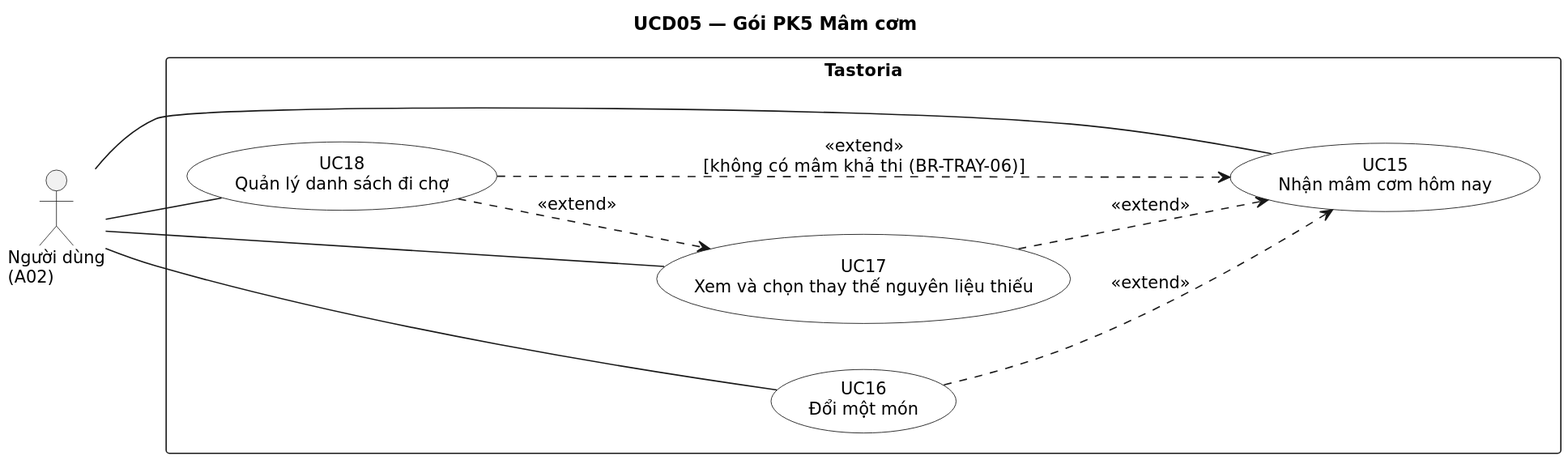
Before: docs/uml/out/usecase/UCD05-mam-com.svg, a diagram exported from PlantUML (NamBuw/Tastoria).
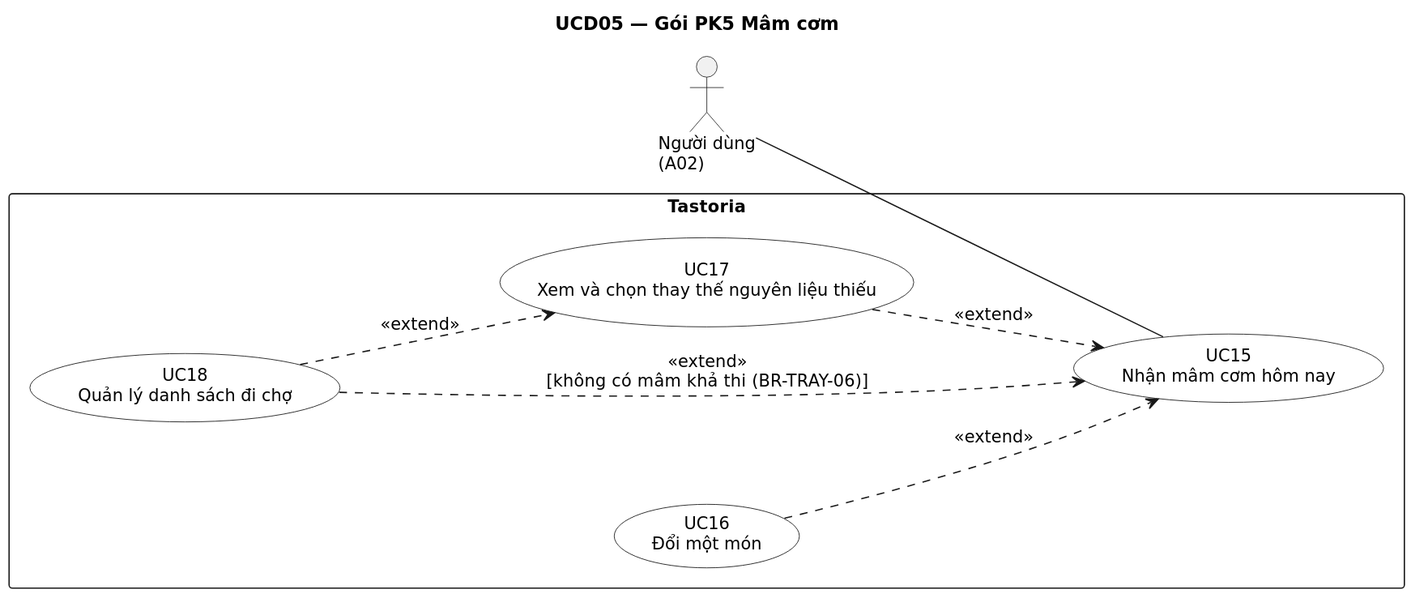
Above is the later version.

Diff of the diagram source:
```diff
@@ -22,9 +22,6 @@
 }
 
 A02 -- UC15
-A02 -- UC16
-A02 -- UC17
-A02 -- UC18
 UC16 ..> UC15 : <<extend>>
 UC17 ..> UC15 : <<extend>>
 UC18 ..> UC17 : <<extend>>
```
